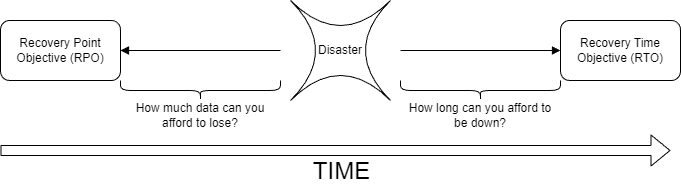
This is slides/img/rpo-rto.drawio.png from codebytes/azure-resiliency, a draw.io export, as it was before one commit. Source tidied: cells renumbered, new cells last; positions are measured from the earlier drawing's top-left corner, leaving out a move shared by most shapes. Source of this version:
```xml
<mxGraphModel>
  <root>
    <mxCell id="0" />
    <mxCell id="1" parent="0" />
    <mxCell id="2" style="edgeStyle=none;html=1;endArrow=none;endFill=0;startArrow=block;startFill=1;" parent="1" edge="1" source="3">
      <mxGeometry relative="1" as="geometry">
        <mxPoint x="280" y="50" as="targetPoint" />
      </mxGeometry>
    </mxCell>
    <mxCell id="3" value="Recovery Point Objective (RPO)" style="rounded=1;whiteSpace=wrap;html=1;" parent="1" vertex="1">
      <mxGeometry y="20" width="120" height="60" as="geometry" />
    </mxCell>
    <mxCell id="4" style="edgeStyle=none;html=1;endArrow=block;endFill=1;" parent="1" edge="1" target="5">
      <mxGeometry relative="1" as="geometry">
        <mxPoint x="400" y="50" as="sourcePoint" />
      </mxGeometry>
    </mxCell>
    <mxCell id="5" value="Recovery Time Objective (RTO)" style="whiteSpace=wrap;html=1;rounded=1;" parent="1" vertex="1">
      <mxGeometry x="560" y="20" width="120" height="60" as="geometry" />
    </mxCell>
    <mxCell id="6" style="shape=curlyBracket;whiteSpace=wrap;html=1;rounded=1;labelPosition=left;verticalLabelPosition=middle;align=right;verticalAlign=middle;direction=north;" parent="1" vertex="1">
      <mxGeometry x="120" y="80" width="160" height="20" as="geometry" />
    </mxCell>
    <mxCell id="7" value="How much data can you afford to lose?" style="text;html=1;strokeColor=none;fillColor=none;align=center;verticalAlign=middle;whiteSpace=wrap;rounded=0;" parent="1" vertex="1">
      <mxGeometry x="120" y="100" width="160" height="30" as="geometry" />
    </mxCell>
    <mxCell id="8" style="shape=curlyBracket;whiteSpace=wrap;html=1;rounded=1;labelPosition=left;verticalLabelPosition=middle;align=right;verticalAlign=middle;direction=north;" parent="1" vertex="1">
      <mxGeometry x="400" y="80" width="160" height="20" as="geometry" />
    </mxCell>
    <mxCell id="9" value="How long can you afford to be down?" style="text;html=1;strokeColor=none;fillColor=none;align=center;verticalAlign=middle;whiteSpace=wrap;rounded=0;" parent="1" vertex="1">
      <mxGeometry x="400" y="100" width="160" height="30" as="geometry" />
    </mxCell>
    <mxCell id="10" style="shape=flexArrow;endArrow=classic;html=1;" parent="1" edge="1">
      <mxGeometry relative="1" as="geometry">
        <mxPoint y="150" as="sourcePoint" />
        <mxPoint x="670" y="150" as="targetPoint" />
      </mxGeometry>
    </mxCell>
    <mxCell id="11" value="TIME" style="edgeLabel;html=1;align=center;verticalAlign=middle;fontSize=24;" parent="10" vertex="1">
      <mxGeometry x="0.26" y="-8" relative="1" as="geometry">
        <mxPoint x="-83" y="12" as="offset" />
      </mxGeometry>
    </mxCell>
    <mxCell id="12" value="Disaster" style="shape=switch;whiteSpace=wrap;html=1;" parent="1" vertex="1">
      <mxGeometry x="290" width="100" height="100" as="geometry" />
    </mxCell>
  </root>
</mxGraphModel>
```
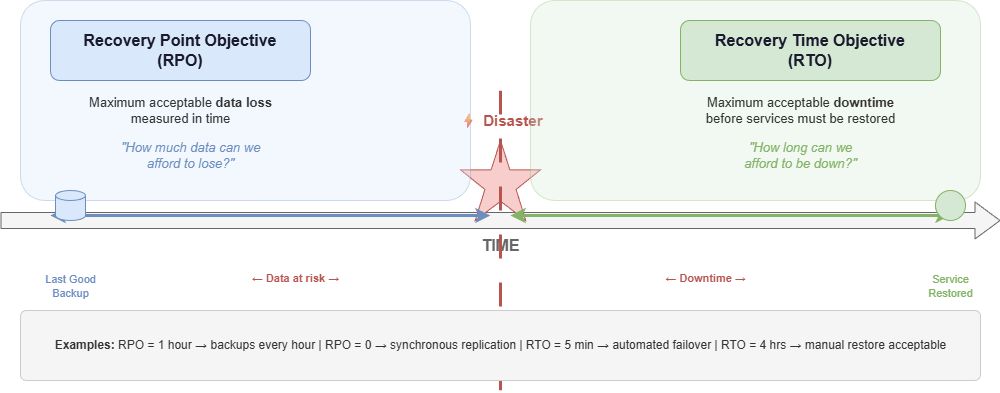
The same file after the commit.

Change to the diagram source:
```diff
@@ -2,47 +2,86 @@
   <root>
     <mxCell id="0" />
     <mxCell id="1" parent="0" />
-    <mxCell id="2" style="edgeStyle=none;html=1;endArrow=none;endFill=0;startArrow=block;startFill=1;" parent="1" edge="1" source="3">
-      <mxGeometry relative="1" as="geometry">
-        <mxPoint x="280" y="50" as="targetPoint" />
-      </mxGeometry>
-    </mxCell>
+    <mxCell id="13" style="shape=flexArrow;endArrow=classic;startArrow=none;html=1;fillColor=#f5f5f5;strokeColor=#666666;startFill=0;endSize=8;width=16;" parent="1" edge="1">
+      <mxGeometry relative="1" as="geometry">
+        <mxPoint x="10" y="60" as="sourcePoint" />
+        <mxPoint x="1010" y="60" as="targetPoint" />
+      </mxGeometry>
+    </mxCell>
+    <mxCell id="11" value="&lt;b style=&quot;font-size:16px;&quot;&gt;TIME&lt;/b&gt;" style="text;html=1;align=center;verticalAlign=middle;fontSize=16;fontColor=#666666;" parent="1" vertex="1">
+      <mxGeometry x="440" y="70" width="140" height="30" as="geometry" />
+    </mxCell>
+    <mxCell id="14" style="verticalLabelPosition=bottom;verticalAlign=top;html=1;shape=mxgraph.basic.star;fillColor=#f8cecc;strokeColor=#b85450;size=0.18;" parent="1" vertex="1">
+      <mxGeometry x="470" y="-20" width="80" height="80" as="geometry" />
+    </mxCell>
+    <mxCell id="15" value="&lt;b style=&quot;font-size:15px;&quot;&gt;⚡ Disaster&lt;/b&gt;" style="text;html=1;align=center;verticalAlign=middle;fontSize=15;fontColor=#b85450;" parent="1" vertex="1">
+      <mxGeometry x="450" y="-55" width="120" height="30" as="geometry" />
+    </mxCell>
+    <mxCell id="16" style="endArrow=none;html=1;strokeWidth=3;strokeColor=#b85450;dashed=1;dashPattern=8 8;" parent="1" edge="1">
+      <mxGeometry relative="1" as="geometry">
+        <mxPoint x="510" y="-70" as="sourcePoint" />
+        <mxPoint x="510" y="230" as="targetPoint" />
+      </mxGeometry>
+    </mxCell>
+    <mxCell id="17" style="rounded=1;whiteSpace=wrap;html=1;fillColor=#dae8fc;strokeColor=#6c8ebf;opacity=30;arcSize=12;" parent="1" vertex="1">
+      <mxGeometry x="30" y="-160" width="450" height="200" as="geometry" />
+    </mxCell>
+    <mxCell id="18" style="endArrow=classic;startArrow=classic;html=1;strokeWidth=3;strokeColor=#6c8ebf;" parent="1" edge="1">
+      <mxGeometry relative="1" as="geometry">
+        <mxPoint x="60" y="55" as="sourcePoint" />
+        <mxPoint x="500" y="55" as="targetPoint" />
+      </mxGeometry>
+    </mxCell>
-    <mxCell id="3" value="Recovery Point Objective (RPO)" style="rounded=1;whiteSpace=wrap;html=1;" parent="1" vertex="1">
-      <mxGeometry y="20" width="120" height="60" as="geometry" />
+    <mxCell id="3" value="&lt;b style=&quot;font-size:16px;&quot;&gt;Recovery Point Objective&lt;br&gt;(RPO)&lt;/b&gt;" style="rounded=1;whiteSpace=wrap;html=1;fillColor=#dae8fc;strokeColor=#6c8ebf;fontSize=14;fontColor=#1a1a2e;" parent="1" vertex="1">
+      <mxGeometry x="60" y="-140" width="260" height="60" as="geometry" />
     </mxCell>
-    <mxCell id="4" style="edgeStyle=none;html=1;endArrow=block;endFill=1;" parent="1" edge="1" target="5">
-      <mxGeometry relative="1" as="geometry">
-        <mxPoint x="400" y="50" as="sourcePoint" />
-      </mxGeometry>
-    </mxCell>
+    <mxCell id="19" value="&lt;font style=&quot;font-size:13px;&quot;&gt;Maximum acceptable &lt;b&gt;data loss&lt;/b&gt;&lt;br&gt;measured in time&lt;/font&gt;" style="text;html=1;align=center;verticalAlign=middle;fontColor=#333;" parent="1" vertex="1">
+      <mxGeometry x="80" y="-70" width="220" height="40" as="geometry" />
+    </mxCell>
+    <mxCell id="20" value="&lt;i style=&quot;font-size:13px;&quot;&gt;&quot;How much data can we&lt;br&gt;afford to lose?&quot;&lt;/i&gt;" style="text;html=1;align=center;verticalAlign=middle;fontColor=#6c8ebf;" parent="1" vertex="1">
+      <mxGeometry x="100" y="-25" width="200" height="40" as="geometry" />
+    </mxCell>
+    <mxCell id="21" style="shape=mxgraph.flowchart.database;fillColor=#dae8fc;strokeColor=#6c8ebf;" parent="1" vertex="1">
+      <mxGeometry x="65" y="30" width="30" height="30" as="geometry" />
+    </mxCell>
+    <mxCell id="22" value="&lt;font style=&quot;font-size:11px;&quot;&gt;Last Good&lt;br&gt;Backup&lt;/font&gt;" style="text;html=1;align=center;verticalAlign=top;fontColor=#6c8ebf;" parent="1" vertex="1">
+      <mxGeometry x="40" y="105" width="80" height="35" as="geometry" />
+    </mxCell>
+    <mxCell id="23" value="&lt;font color=&quot;#b85450&quot; style=&quot;font-size:11px;&quot;&gt;← &lt;b&gt;Data at risk&lt;/b&gt; →&lt;/font&gt;" style="text;html=1;align=center;verticalAlign=middle;" parent="1" vertex="1">
+      <mxGeometry x="230" y="105" width="150" height="25" as="geometry" />
+    </mxCell>
+    <mxCell id="24" style="rounded=1;whiteSpace=wrap;html=1;fillColor=#d5e8d4;strokeColor=#82b366;opacity=30;arcSize=12;" parent="1" vertex="1">
+      <mxGeometry x="540" y="-160" width="450" height="200" as="geometry" />
+    </mxCell>
+    <mxCell id="25" style="endArrow=classic;startArrow=classic;html=1;strokeWidth=3;strokeColor=#82b366;" parent="1" edge="1">
+      <mxGeometry relative="1" as="geometry">
+        <mxPoint x="520" y="55" as="sourcePoint" />
+        <mxPoint x="960" y="55" as="targetPoint" />
+      </mxGeometry>
+    </mxCell>
-    <mxCell id="5" value="Recovery Time Objective (RTO)" style="whiteSpace=wrap;html=1;rounded=1;" parent="1" vertex="1">
-      <mxGeometry x="560" y="20" width="120" height="60" as="geometry" />
+    <mxCell id="5" value="&lt;b style=&quot;font-size:16px;&quot;&gt;Recovery Time Objective&lt;br&gt;(RTO)&lt;/b&gt;" style="rounded=1;whiteSpace=wrap;html=1;fillColor=#d5e8d4;strokeColor=#82b366;fontSize=14;fontColor=#1a1a2e;" parent="1" vertex="1">
+      <mxGeometry x="690" y="-140" width="260" height="60" as="geometry" />
     </mxCell>
-    <mxCell id="6" style="shape=curlyBracket;whiteSpace=wrap;html=1;rounded=1;labelPosition=left;verticalLabelPosition=middle;align=right;verticalAlign=middle;direction=north;" parent="1" vertex="1">
-      <mxGeometry x="120" y="80" width="160" height="20" as="geometry" />
-    </mxCell>
-    <mxCell id="7" value="How much data can you afford to lose?" style="text;html=1;strokeColor=none;fillColor=none;align=center;verticalAlign=middle;whiteSpace=wrap;rounded=0;" parent="1" vertex="1">
-      <mxGeometry x="120" y="100" width="160" height="30" as="geometry" />
-    </mxCell>
-    <mxCell id="8" style="shape=curlyBracket;whiteSpace=wrap;html=1;rounded=1;labelPosition=left;verticalLabelPosition=middle;align=right;verticalAlign=middle;direction=north;" parent="1" vertex="1">
-      <mxGeometry x="400" y="80" width="160" height="20" as="geometry" />
-    </mxCell>
-    <mxCell id="9" value="How long can you afford to be down?" style="text;html=1;strokeColor=none;fillColor=none;align=center;verticalAlign=middle;whiteSpace=wrap;rounded=0;" parent="1" vertex="1">
-      <mxGeometry x="400" y="100" width="160" height="30" as="geometry" />
-    </mxCell>
-    <mxCell id="10" style="shape=flexArrow;endArrow=classic;html=1;" parent="1" edge="1">
-      <mxGeometry relative="1" as="geometry">
-        <mxPoint y="150" as="sourcePoint" />
-        <mxPoint x="670" y="150" as="targetPoint" />
-      </mxGeometry>
-    </mxCell>
-    <mxCell id="11" value="TIME" style="edgeLabel;html=1;align=center;verticalAlign=middle;fontSize=24;" parent="10" vertex="1">
-      <mxGeometry x="0.26" y="-8" relative="1" as="geometry">
-        <mxPoint x="-83" y="12" as="offset" />
-      </mxGeometry>
-    </mxCell>
-    <mxCell id="12" value="Disaster" style="shape=switch;whiteSpace=wrap;html=1;" parent="1" vertex="1">
-      <mxGeometry x="290" width="100" height="100" as="geometry" />
-    </mxCell>
+    <mxCell id="26" value="&lt;font style=&quot;font-size:13px;&quot;&gt;Maximum acceptable &lt;b&gt;downtime&lt;/b&gt;&lt;br&gt;before services must be restored&lt;/font&gt;" style="text;html=1;align=center;verticalAlign=middle;fontColor=#333;" parent="1" vertex="1">
+      <mxGeometry x="680" y="-70" width="260" height="40" as="geometry" />
+    </mxCell>
+    <mxCell id="27" value="&lt;i style=&quot;font-size:13px;&quot;&gt;&quot;How long can we&lt;br&gt;afford to be down?&quot;&lt;/i&gt;" style="text;html=1;align=center;verticalAlign=middle;fontColor=#82b366;" parent="1" vertex="1">
+      <mxGeometry x="710" y="-25" width="200" height="40" as="geometry" />
+    </mxCell>
+    <mxCell id="28" style="shape=mxgraph.flowchart.start_2;fillColor=#d5e8d4;strokeColor=#82b366;" parent="1" vertex="1">
+      <mxGeometry x="945" y="30" width="30" height="30" as="geometry" />
+    </mxCell>
+    <mxCell id="29" value="&lt;font style=&quot;font-size:11px;&quot;&gt;Service&lt;br&gt;Restored&lt;/font&gt;" style="text;html=1;align=center;verticalAlign=top;fontColor=#82b366;" parent="1" vertex="1">
+      <mxGeometry x="920" y="105" width="80" height="35" as="geometry" />
+    </mxCell>
+    <mxCell id="30" value="&lt;font color=&quot;#b85450&quot; style=&quot;font-size:11px;&quot;&gt;← &lt;b&gt;Downtime&lt;/b&gt; →&lt;/font&gt;" style="text;html=1;align=center;verticalAlign=middle;" parent="1" vertex="1">
+      <mxGeometry x="640" y="105" width="150" height="25" as="geometry" />
+    </mxCell>
+    <mxCell id="31" style="rounded=1;whiteSpace=wrap;html=1;fillColor=#f5f5f5;strokeColor=#cccccc;arcSize=8;" parent="1" vertex="1">
+      <mxGeometry x="30" y="150" width="960" height="70" as="geometry" />
+    </mxCell>
+    <mxCell id="32" value="&lt;b&gt;Examples:&lt;/b&gt;  RPO = 1 hour → backups every hour  |  RPO = 0 → synchronous replication  |  RTO = 5 min → automated failover  |  RTO = 4 hrs → manual restore acceptable" style="text;html=1;align=center;verticalAlign=middle;fontSize=12;fontColor=#333;" parent="1" vertex="1">
+      <mxGeometry x="50" y="160" width="920" height="50" as="geometry" />
+    </mxCell>
   </root>
 </mxGraphModel>
```
